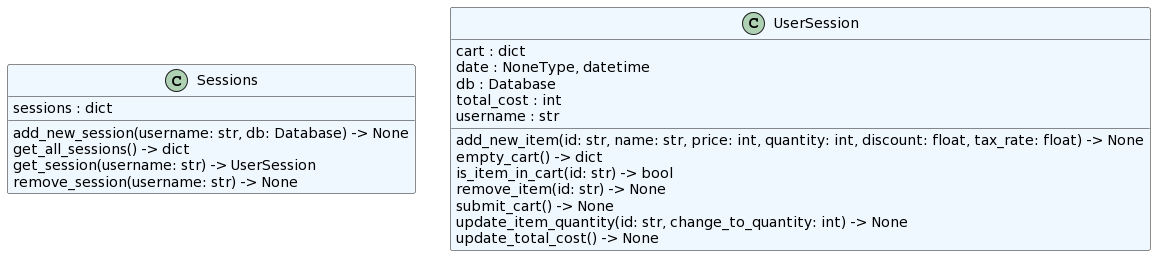
Nasnency/Project3155 keeps this PlantUML diagram as onlineStoreTemplate/core/classes.png. Above is the earlier version. The source it was exported from:
```plantuml
@startuml
set namespaceSeparator none
class "Sessions" as core.session.Sessions #aliceblue {
  sessions : dict
  add_new_session(username: str, db: Database) -> None
  get_all_sessions() -> dict
  get_session(username: str) -> UserSession
  remove_session(username: str) -> None
}
class "UserSession" as core.session.UserSession #aliceblue {
  cart : dict
  date : NoneType, datetime
  db : Database
  total_cost : int
  username : str
  add_new_item(id: str, name: str, price: int, quantity: int, discount: float, tax_rate: float) -> None
  empty_cart() -> dict
  is_item_in_cart(id: str) -> bool
  remove_item(id: str) -> None
  submit_cart() -> None
  update_item_quantity(id: str, change_to_quantity: int) -> None
  update_total_cost() -> None
}
@enduml
```
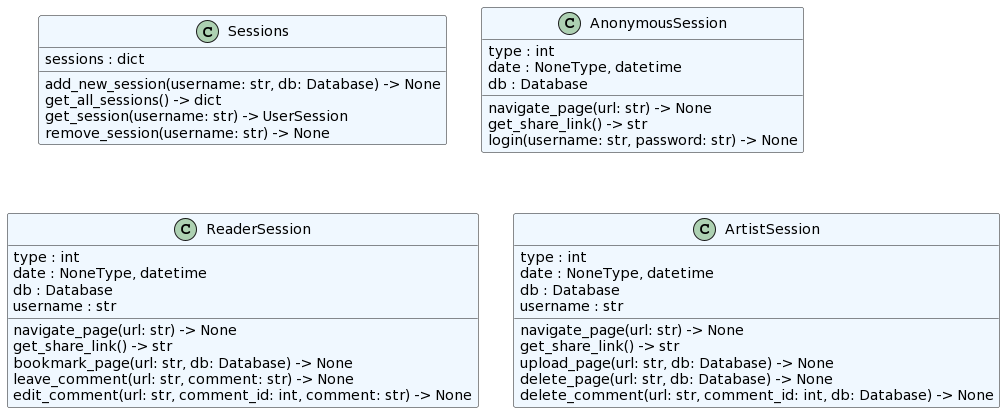
The same file after the commit.

Commit message:
Core Class Diagrams

The edit, as a diff of the source:
```diff
@@ -7,18 +7,34 @@
   get_session(username: str) -> UserSession
   remove_session(username: str) -> None
 }
-class "UserSession" as core.session.UserSession #aliceblue {
-  cart : dict
+class "AnonymousSession" as core.session.AnonymousSession #aliceblue {
+  type : int
   date : NoneType, datetime
   db : Database
-  total_cost : int
+  navigate_page(url: str) -> None
+  get_share_link() -> str
+  login(username: str, password: str) -> None
+}
+class "ReaderSession" as core.session.ReaderSession #aliceblue {
+  type : int
+  date : NoneType, datetime
+  db : Database
   username : str
-  add_new_item(id: str, name: str, price: int, quantity: int, discount: float, tax_rate: float) -> None
-  empty_cart() -> dict
-  is_item_in_cart(id: str) -> bool
-  remove_item(id: str) -> None
-  submit_cart() -> None
-  update_item_quantity(id: str, change_to_quantity: int) -> None
-  update_total_cost() -> None
+  navigate_page(url: str) -> None
+  get_share_link() -> str
+  bookmark_page(url: str, db: Database) -> None
+  leave_comment(url: str, comment: str) -> None
+  edit_comment(url: str, comment_id: int, comment: str) -> None
+}
+class "ArtistSession" as core.session.ArtistSession #aliceblue {
+  type : int
+  date : NoneType, datetime
+  db : Database
+  username : str
+  navigate_page(url: str) -> None
+  get_share_link() -> str
+  upload_page(url: str, db: Database) -> None
+  delete_page(url: str, db: Database) -> None
+  delete_comment(url: str, comment_id: int, db: Database) -> None
 }
 @enduml
```
